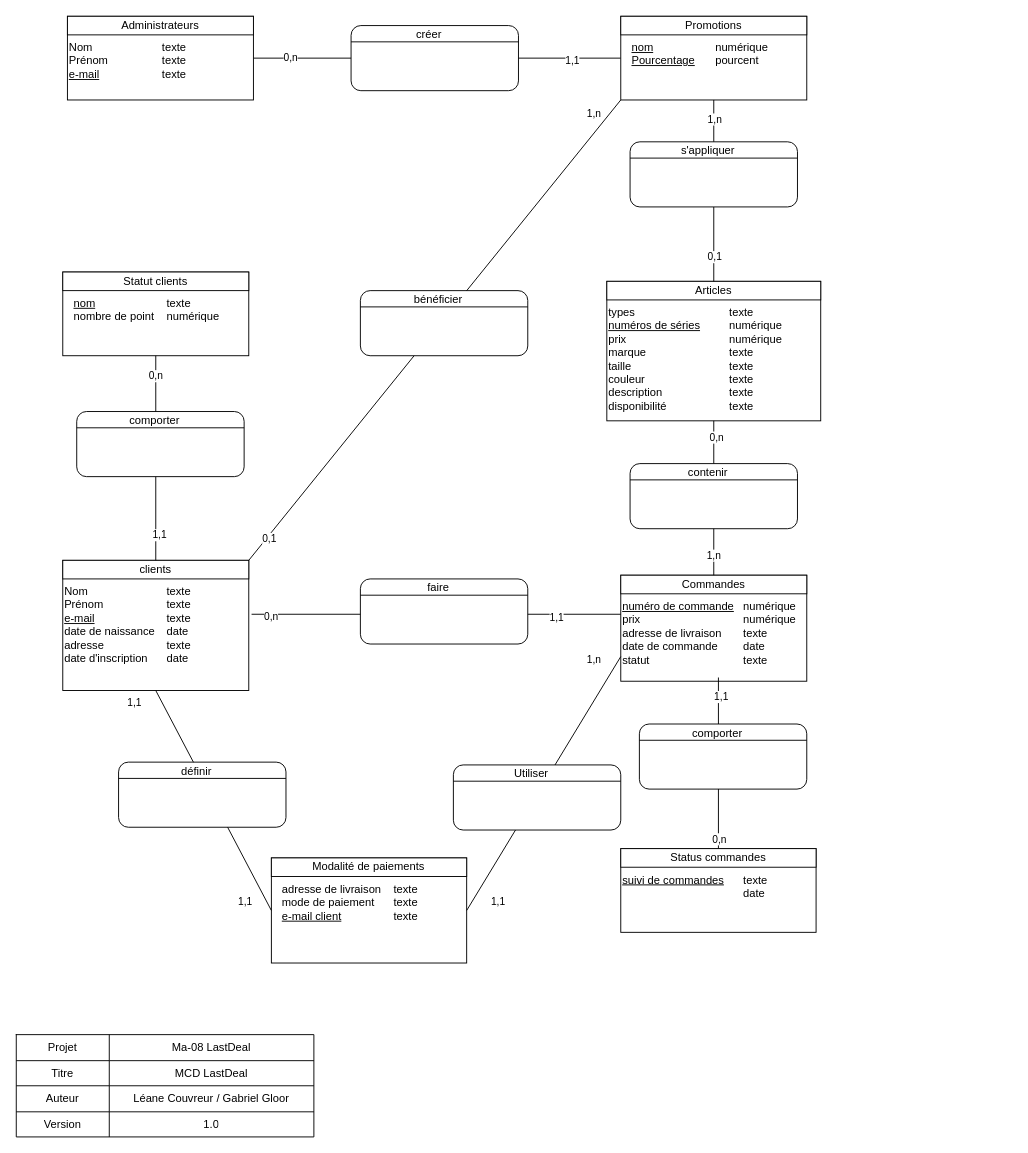
Before: MCD-lastDeal.drawio in LeaneCouvreur/MA-08-Modele_LastBuy, a draw.io diagram. Source tidied: cells renumbered, new cells numbered last; positions are measured from the earlier drawing's top-left corner, leaving out a move shared by most shapes. Both pictures are drawn from the tidied source at 93%, with x=0, y=0 at pixel (16, 16).
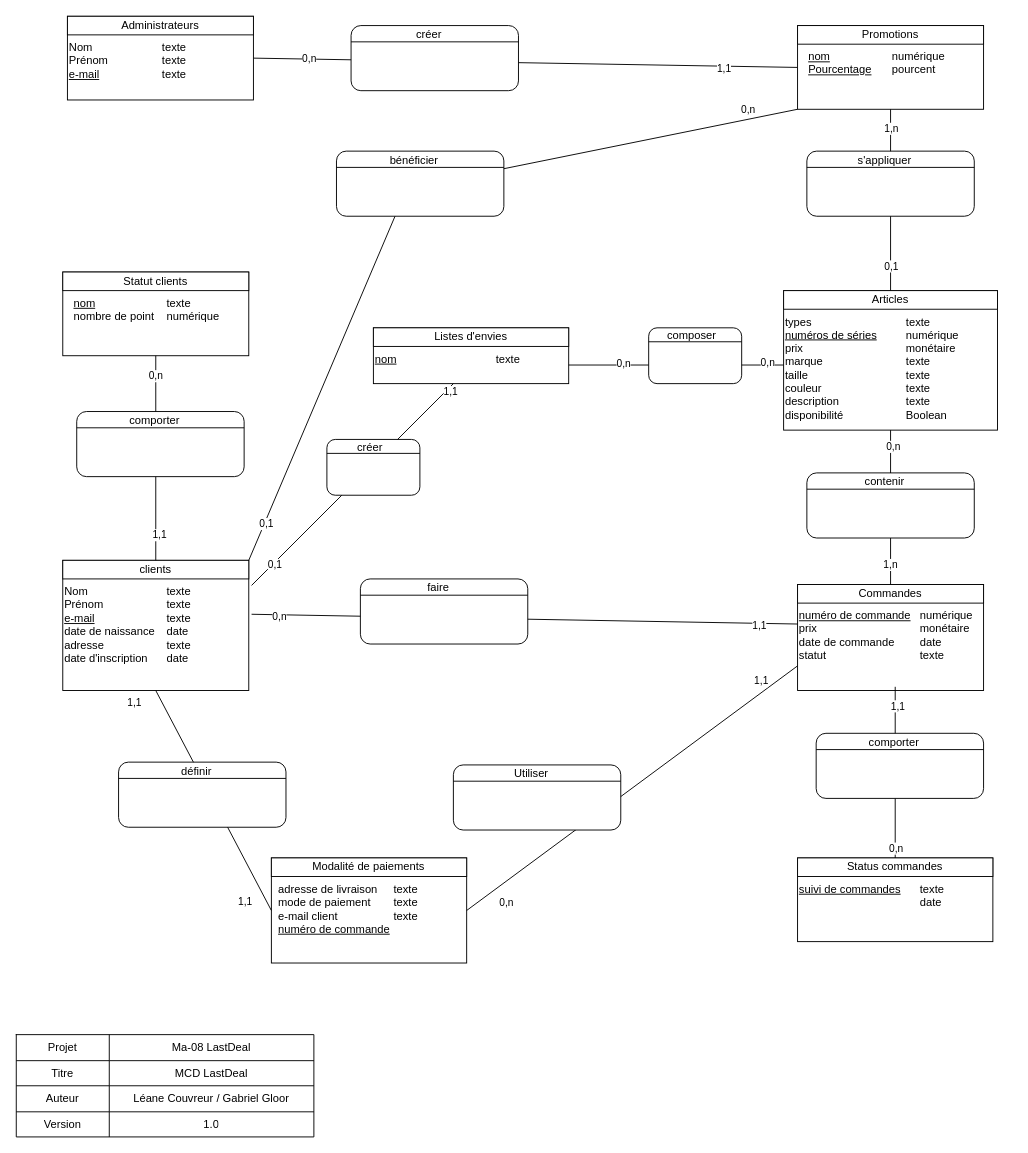
Above is the later version.

Commit message:
mcd version1.0 definitive

The change refers to these unchanged cells:
```xml
<mxCell id="9" value="clients" style="rounded=0;whiteSpace=wrap;html=1;" parent="1" vertex="1">
  <mxGeometry x="50" y="585" width="200" height="20" as="geometry" />
</mxCell>
<mxCell id="13" value="texte&lt;br&gt;texte&lt;br&gt;texte&lt;br&gt;date&lt;br&gt;texte&lt;br&gt;date" style="text;html=1;strokeColor=none;fillColor=none;align=left;verticalAlign=top;whiteSpace=wrap;rounded=0;" parent="1" vertex="1">
  <mxGeometry x="160" y="605" width="91" height="100" as="geometry" />
</mxCell>
<mxCell id="86" style="endArrow=none;html=1;rounded=0;entryX=1;entryY=0.5;entryDx=0;entryDy=0;exitX=0;exitY=0.75;exitDx=0;exitDy=0;" parent="1" edge="1" source="35" target="79">
  <mxGeometry relative="1" as="geometry" />
</mxCell>
```

What changed in the source:
```diff
@@
     <mxCell id="29" value="&lt;div style=&quot;box-sizing: border-box ; width: 100% ; padding: 2px&quot;&gt;&lt;br&gt;&lt;/div&gt;" style="verticalAlign=top;align=center;overflow=fill;html=1;rounded=0;shadow=0;comic=0;labelBackgroundColor=none;strokeColor=#000000;strokeWidth=1;fillColor=#ffffff;fontFamily=Verdana;fontSize=12;fontColor=#000000;" parent="1" vertex="1">
-      <mxGeometry x="635" y="285" width="230" height="150" as="geometry" />
+      <mxGeometry x="825.1" y="295" width="230" height="150" as="geometry" />
     </mxCell>
     <mxCell id="30" value="Articles" style="rounded=0;whiteSpace=wrap;html=1;" parent="1" vertex="1">
-      <mxGeometry x="635" y="285" width="230" height="20" as="geometry" />
+      <mxGeometry x="825.1" y="295" width="230" height="20" as="geometry" />
     </mxCell>
     <mxCell id="31" value="types&lt;br&gt;&lt;u&gt;numéros de séries&lt;br&gt;&lt;/u&gt;prix&lt;br&gt;marque&lt;br&gt;taille&lt;br&gt;couleur&lt;br&gt;description&lt;br&gt;disponibilité" style="text;html=1;strokeColor=none;fillColor=none;align=left;verticalAlign=top;whiteSpace=wrap;rounded=0;" parent="1" vertex="1">
-      <mxGeometry x="635" y="305" width="120" height="120" as="geometry" />
+      <mxGeometry x="825.1" y="315" width="120" height="120" as="geometry" />
     </mxCell>
-    <mxCell id="32" value="texte&lt;br&gt;numérique&lt;br&gt;numérique&lt;br&gt;texte&lt;br&gt;texte&lt;br&gt;texte&lt;br&gt;texte&lt;br&gt;texte" style="text;html=1;strokeColor=none;fillColor=none;align=left;verticalAlign=top;whiteSpace=wrap;rounded=0;" parent="1" vertex="1">
-      <mxGeometry x="765" y="305" width="100" height="120" as="geometry" />
+    <mxCell id="32" value="texte&lt;br&gt;numérique&lt;br&gt;monétaire&lt;br&gt;texte&lt;br&gt;texte&lt;br&gt;texte&lt;br&gt;texte&lt;br&gt;Boolean" style="text;html=1;strokeColor=none;fillColor=none;align=left;verticalAlign=top;whiteSpace=wrap;rounded=0;" parent="1" vertex="1">
+      <mxGeometry x="955.1" y="315" width="100" height="120" as="geometry" />
     </mxCell>
     <mxCell id="33" value="&lt;div style=&quot;box-sizing: border-box ; width: 100% ; padding: 2px&quot;&gt;&lt;br&gt;&lt;/div&gt;" style="verticalAlign=top;align=center;overflow=fill;html=1;rounded=0;shadow=0;comic=0;labelBackgroundColor=none;strokeColor=#000000;strokeWidth=1;fillColor=#ffffff;fontFamily=Verdana;fontSize=12;fontColor=#000000;" parent="1" vertex="1">
-      <mxGeometry x="650" y="601" width="200" height="114" as="geometry" />
+      <mxGeometry x="840.1" y="611" width="200" height="114" as="geometry" />
     </mxCell>
     <mxCell id="34" value="Commandes" style="rounded=0;whiteSpace=wrap;html=1;" parent="1" vertex="1">
-      <mxGeometry x="650" y="601" width="200" height="20" as="geometry" />
+      <mxGeometry x="840.1" y="611" width="200" height="20" as="geometry" />
     </mxCell>
-    <mxCell id="35" value="&lt;u&gt;numéro de commande&lt;/u&gt;&lt;br&gt;prix&lt;br&gt;adresse de livraison&lt;br&gt;date de commande&lt;br&gt;statut" style="text;html=1;strokeColor=none;fillColor=none;align=left;verticalAlign=top;whiteSpace=wrap;rounded=0;" parent="1" vertex="1">
-      <mxGeometry x="650" y="621" width="140" height="90" as="geometry" />
+    <mxCell id="35" value="&lt;u&gt;numéro de commande&lt;/u&gt;&lt;br&gt;prix&lt;br&gt;date de commande&lt;br&gt;statut" style="text;html=1;strokeColor=none;fillColor=none;align=left;verticalAlign=top;whiteSpace=wrap;rounded=0;" parent="1" vertex="1">
+      <mxGeometry x="840.1" y="631" width="140" height="90" as="geometry" />
     </mxCell>
-    <mxCell id="36" value="numérique&lt;br&gt;numérique&lt;br&gt;texte&lt;br&gt;date&lt;br&gt;texte" style="text;html=1;strokeColor=none;fillColor=none;align=left;verticalAlign=top;whiteSpace=wrap;rounded=0;" parent="1" vertex="1">
-      <mxGeometry x="780" y="621" width="100" height="94" as="geometry" />
+    <mxCell id="36" value="numérique&lt;br&gt;monétaire&lt;br&gt;date&lt;br&gt;texte" style="text;html=1;strokeColor=none;fillColor=none;align=left;verticalAlign=top;whiteSpace=wrap;rounded=0;" parent="1" vertex="1">
+      <mxGeometry x="970.1" y="631" width="100" height="94" as="geometry" />
     </mxCell>
     <mxCell id="37" value="&lt;div style=&quot;box-sizing: border-box ; width: 100% ; padding: 2px&quot;&gt;&lt;br&gt;&lt;/div&gt;" style="verticalAlign=top;align=center;overflow=fill;html=1;rounded=0;shadow=0;comic=0;labelBackgroundColor=none;strokeColor=#000000;strokeWidth=1;fillColor=#ffffff;fontFamily=Verdana;fontSize=12;fontColor=#000000;" parent="1" vertex="1">
-      <mxGeometry x="650" y="895" width="210" height="90" as="geometry" />
+      <mxGeometry x="840.1" y="905" width="210" height="90" as="geometry" />
     </mxCell>
     <mxCell id="38" value="Status commandes" style="rounded=0;whiteSpace=wrap;html=1;" parent="1" vertex="1">
-      <mxGeometry x="650" y="895" width="210" height="20" as="geometry" />
+      <mxGeometry x="840.1" y="905" width="210" height="20" as="geometry" />
     </mxCell>
     <mxCell id="39" value="&lt;u&gt;suivi de commandes&lt;br&gt;&lt;/u&gt;" style="text;html=1;strokeColor=none;fillColor=none;align=left;verticalAlign=top;whiteSpace=wrap;rounded=0;" parent="1" vertex="1">
-      <mxGeometry x="650" y="915" width="120" height="60" as="geometry" />
+      <mxGeometry x="840.1" y="925" width="120" height="60" as="geometry" />
     </mxCell>
     <mxCell id="40" value="texte&lt;br&gt;date&amp;nbsp;" style="text;html=1;strokeColor=none;fillColor=none;align=left;verticalAlign=top;whiteSpace=wrap;rounded=0;" parent="1" vertex="1">
-      <mxGeometry x="780" y="915" width="100" height="50" as="geometry" />
+      <mxGeometry x="970.1" y="925" width="100" height="50" as="geometry" />
     </mxCell>
@@
     <mxCell id="45" value="&lt;div style=&quot;box-sizing: border-box ; width: 100% ; padding: 2px&quot;&gt;&lt;br&gt;&lt;/div&gt;" style="verticalAlign=top;align=center;overflow=fill;html=1;rounded=0;shadow=0;comic=0;labelBackgroundColor=none;strokeColor=#000000;strokeWidth=1;fillColor=#ffffff;fontFamily=Verdana;fontSize=12;fontColor=#000000;" parent="1" vertex="1">
-      <mxGeometry x="650" width="200" height="90" as="geometry" />
+      <mxGeometry x="840.1" y="10" width="200" height="90" as="geometry" />
     </mxCell>
     <mxCell id="46" value="Promotions" style="rounded=0;whiteSpace=wrap;html=1;" parent="1" vertex="1">
-      <mxGeometry x="650" width="200" height="20" as="geometry" />
+      <mxGeometry x="840.1" y="10" width="200" height="20" as="geometry" />
     </mxCell>
     <mxCell id="47" value="&lt;u&gt;nom&lt;br&gt;Pourcentage&lt;/u&gt;" style="text;html=1;strokeColor=none;fillColor=none;align=left;verticalAlign=top;whiteSpace=wrap;rounded=0;" parent="1" vertex="1">
-      <mxGeometry x="660" y="20" width="90" height="60" as="geometry" />
+      <mxGeometry x="850.1" y="30" width="90" height="60" as="geometry" />
     </mxCell>
     <mxCell id="48" value="numérique&lt;br&gt;pourcent" style="text;html=1;strokeColor=none;fillColor=none;align=left;verticalAlign=top;whiteSpace=wrap;rounded=0;" parent="1" vertex="1">
-      <mxGeometry x="750" y="20" width="100" height="60" as="geometry" />
+      <mxGeometry x="940.1" y="30" width="100" height="60" as="geometry" />
     </mxCell>
@@
     <mxCell id="52" value="&lt;div style=&quot;box-sizing: border-box ; width: 100% ; padding: 2px&quot;&gt;&lt;br&gt;&lt;/div&gt;" style="verticalAlign=top;align=center;overflow=fill;html=1;rounded=1;shadow=0;comic=0;labelBackgroundColor=none;strokeColor=#000000;strokeWidth=1;fillColor=#ffffff;fontFamily=Verdana;fontSize=12;fontColor=#000000;" parent="1" vertex="1">
-      <mxGeometry x="660" y="135" width="180" height="70" as="geometry" />
+      <mxGeometry x="850.1" y="145" width="180" height="70" as="geometry" />
     </mxCell>
@@
     <mxCell id="54" value="s'appliquer" style="text;html=1;strokeColor=none;fillColor=none;align=center;verticalAlign=middle;whiteSpace=wrap;rounded=0;" parent="1" vertex="1">
-      <mxGeometry x="684" y="135" width="120" height="20" as="geometry" />
+      <mxGeometry x="874.1" y="145" width="120" height="20" as="geometry" />
     </mxCell>
@@
     <mxCell id="58" value="&lt;div style=&quot;box-sizing: border-box ; width: 100% ; padding: 2px&quot;&gt;&lt;br&gt;&lt;/div&gt;" style="verticalAlign=top;align=center;overflow=fill;html=1;rounded=1;shadow=0;comic=0;labelBackgroundColor=none;strokeColor=#000000;strokeWidth=1;fillColor=#ffffff;fontFamily=Verdana;fontSize=12;fontColor=#000000;" parent="1" vertex="1">
-      <mxGeometry x="660" y="481" width="180" height="70" as="geometry" />
+      <mxGeometry x="850.1" y="491" width="180" height="70" as="geometry" />
     </mxCell>
@@
     <mxCell id="60" value="contenir" style="text;html=1;strokeColor=none;fillColor=none;align=center;verticalAlign=middle;whiteSpace=wrap;rounded=0;" parent="1" vertex="1">
-      <mxGeometry x="684" y="481" width="120" height="20" as="geometry" />
+      <mxGeometry x="874.1" y="491" width="120" height="20" as="geometry" />
     </mxCell>
-    <mxCell id="61" style="endArrow=none;html=1;rounded=0;entryX=1.022;entryY=0.38;entryDx=0;entryDy=0;entryPerimeter=0;" parent="1" edge="1" target="13">
-      <mxGeometry relative="1" as="geometry">
-        <mxPoint x="650" y="643" as="sourcePoint" />
-      </mxGeometry>
+    <mxCell id="61" style="endArrow=none;html=1;rounded=0;entryX=1.022;entryY=0.38;entryDx=0;entryDy=0;entryPerimeter=0;exitX=0;exitY=0.25;exitDx=0;exitDy=0;" parent="1" edge="1" source="35" target="13">
+      <mxGeometry relative="1" as="geometry" />
     </mxCell>
@@
     <mxCell id="63" value="1,1" style="edgeLabel;html=1;align=center;verticalAlign=middle;" parent="61" vertex="1">
       <mxGeometry x="-0.9" y="3" relative="1" as="geometry">
-        <mxPoint x="-50" as="offset" />
+        <mxPoint x="-13" y="-1" as="offset" />
       </mxGeometry>
     </mxCell>
@@
     <mxCell id="76" value="&lt;div style=&quot;box-sizing: border-box ; width: 100% ; padding: 2px&quot;&gt;&lt;br&gt;&lt;/div&gt;" style="verticalAlign=top;align=center;overflow=fill;html=1;rounded=1;shadow=0;comic=0;labelBackgroundColor=none;strokeColor=#000000;strokeWidth=1;fillColor=#ffffff;fontFamily=Verdana;fontSize=12;fontColor=#000000;" parent="1" vertex="1">
-      <mxGeometry x="670" y="761" width="180" height="70" as="geometry" />
+      <mxGeometry x="860.1" y="771" width="180" height="70" as="geometry" />
     </mxCell>
@@
     <mxCell id="78" value="comporter" style="text;html=1;strokeColor=none;fillColor=none;align=center;verticalAlign=middle;whiteSpace=wrap;rounded=0;" parent="1" vertex="1">
-      <mxGeometry x="694" y="761" width="120" height="20" as="geometry" />
+      <mxGeometry x="884.1" y="771" width="120" height="20" as="geometry" />
     </mxCell>
@@
-    <mxCell id="81" value="adresse de livraison&lt;br&gt;mode de paiement&lt;br&gt;&lt;u&gt;e-mail client&lt;/u&gt;" style="text;html=1;strokeColor=none;fillColor=none;align=left;verticalAlign=top;whiteSpace=wrap;rounded=0;" parent="1" vertex="1">
-      <mxGeometry x="284.3" y="925" width="120" height="60" as="geometry" />
+    <mxCell id="81" value="adresse de livraison&lt;br&gt;mode de paiement&lt;br&gt;e-mail client&lt;br&gt;&lt;u&gt;numéro de commande&lt;/u&gt;" style="text;html=1;strokeColor=none;fillColor=none;align=left;verticalAlign=top;whiteSpace=wrap;rounded=0;" parent="1" vertex="1">
+      <mxGeometry x="280" y="925" width="130" height="90" as="geometry" />
     </mxCell>
@@
-    <mxCell id="87" value="1,1" style="edgeLabel;html=1;align=center;verticalAlign=middle;" parent="86" vertex="1">
+    <mxCell id="87" value="0,n" style="edgeLabel;html=1;align=center;verticalAlign=middle;" parent="86" vertex="1">
       <mxGeometry x="0.9" y="2" relative="1" as="geometry">
         <mxPoint x="23" y="3" as="offset" />
       </mxGeometry>
     </mxCell>
-    <mxCell id="88" value="1,n" style="edgeLabel;html=1;align=center;verticalAlign=middle;" parent="86" vertex="1">
+    <mxCell id="88" value="1,1" style="edgeLabel;html=1;align=center;verticalAlign=middle;" parent="86" vertex="1">
       <mxGeometry x="-0.9" y="3" relative="1" as="geometry">
-        <mxPoint x="-24" y="-12" as="offset" />
+        <mxPoint x="-24" y="1" as="offset" />
       </mxGeometry>
     </mxCell>
     <mxCell id="89" style="endArrow=none;html=1;rounded=0;entryX=1;entryY=0;entryDx=0;entryDy=0;exitX=0;exitY=1;exitDx=0;exitDy=0;" parent="1" edge="1" source="45" target="9">
-      <mxGeometry relative="1" as="geometry" />
+      <mxGeometry relative="1" as="geometry">
+        <Array as="points">
+          <mxPoint x="420" y="185" />
+        </Array>
+      </mxGeometry>
     </mxCell>
@@
-    <mxCell id="91" value="1,n" style="edgeLabel;html=1;align=center;verticalAlign=middle;" parent="89" vertex="1">
+    <mxCell id="91" value="0,n" style="edgeLabel;html=1;align=center;verticalAlign=middle;" parent="89" vertex="1">
       <mxGeometry x="-0.9" y="3" relative="1" as="geometry">
         <mxPoint x="-12" y="-12" as="offset" />
       </mxGeometry>
     </mxCell>
-    <mxCell id="92" value="&lt;div style=&quot;box-sizing: border-box ; width: 100% ; padding: 2px&quot;&gt;&lt;br&gt;&lt;/div&gt;" style="verticalAlign=top;align=center;overflow=fill;html=1;rounded=1;shadow=0;comic=0;labelBackgroundColor=none;strokeColor=#000000;strokeWidth=1;fillColor=#ffffff;fontFamily=Verdana;fontSize=12;fontColor=#000000;" parent="1" vertex="1">
-      <mxGeometry x="370" y="295" width="180" height="70" as="geometry" />
-    </mxCell>
-    <mxCell id="93" style="endArrow=none;html=1;entryX=1;entryY=0.25;entryDx=0;entryDy=0;exitX=0;exitY=0.25;exitDx=0;exitDy=0;" parent="1" edge="1" source="92" target="92">
-      <mxGeometry relative="1" as="geometry" />
-    </mxCell>
-    <mxCell id="94" value="bénéficier" style="text;html=1;strokeColor=none;fillColor=none;align=center;verticalAlign=middle;whiteSpace=wrap;rounded=0;" parent="1" vertex="1">
-      <mxGeometry x="394" y="295" width="120" height="20" as="geometry" />
-    </mxCell>
@@
+    <mxCell id="101" style="group;" parent="1" vertex="1">
+      <mxGeometry x="344.3" y="145" width="180" height="70" as="geometry" />
+    </mxCell>
+    <mxCell id="92" value="&lt;div style=&quot;box-sizing: border-box ; width: 100% ; padding: 2px&quot;&gt;&lt;br&gt;&lt;/div&gt;" style="verticalAlign=top;align=center;overflow=fill;html=1;rounded=1;shadow=0;comic=0;labelBackgroundColor=none;strokeColor=#000000;strokeWidth=1;fillColor=#ffffff;fontFamily=Verdana;fontSize=12;fontColor=#000000;" parent="101" vertex="1">
+      <mxGeometry width="180" height="70" as="geometry" />
+    </mxCell>
+    <mxCell id="93" style="endArrow=none;html=1;entryX=1;entryY=0.25;entryDx=0;entryDy=0;exitX=0;exitY=0.25;exitDx=0;exitDy=0;" parent="101" edge="1" source="92" target="92">
+      <mxGeometry relative="1" as="geometry" />
+    </mxCell>
+    <mxCell id="94" value="bénéficier" style="text;html=1;strokeColor=none;fillColor=none;align=center;verticalAlign=middle;whiteSpace=wrap;rounded=0;" parent="101" vertex="1">
+      <mxGeometry x="24" width="120" height="20" as="geometry" />
+    </mxCell>
+    <mxCell id="102" style="endArrow=none;html=1;rounded=0;entryX=1.022;entryY=0.07;entryDx=0;entryDy=0;entryPerimeter=0;" parent="1" edge="1" source="31" target="13">
+      <mxGeometry relative="1" as="geometry">
+        <Array as="points">
+          <mxPoint x="490" y="375" />
+        </Array>
+      </mxGeometry>
+    </mxCell>
+    <mxCell id="103" value="0,1" style="edgeLabel;html=1;align=center;verticalAlign=middle;" parent="102" vertex="1">
+      <mxGeometry x="0.9" y="2" relative="1" as="geometry" />
+    </mxCell>
+    <mxCell id="104" value="0,n" style="edgeLabel;html=1;align=center;verticalAlign=middle;" parent="102" vertex="1">
+      <mxGeometry x="-0.9" y="3" relative="1" as="geometry">
+        <mxPoint x="16" y="-6" as="offset" />
+      </mxGeometry>
+    </mxCell>
+    <mxCell id="105" value="1,1" style="edgeLabel;html=1;align=center;verticalAlign=middle;" parent="102" vertex="1">
+      <mxGeometry x="0.11" y="3" relative="1" as="geometry" />
+    </mxCell>
+    <mxCell id="106" value="0,n" style="edgeLabel;html=1;align=center;verticalAlign=middle;" parent="102" vertex="1">
+      <mxGeometry x="-0.46" y="-2" relative="1" as="geometry">
+        <mxPoint x="8" as="offset" />
+      </mxGeometry>
+    </mxCell>
+    <mxCell id="107" value="&lt;div style=&quot;box-sizing: border-box ; width: 100% ; padding: 2px&quot;&gt;&lt;br&gt;&lt;/div&gt;" style="verticalAlign=top;align=center;overflow=fill;html=1;rounded=0;shadow=0;comic=0;labelBackgroundColor=none;strokeColor=#000000;strokeWidth=1;fillColor=#ffffff;fontFamily=Verdana;fontSize=12;fontColor=#000000;" parent="1" vertex="1">
+      <mxGeometry x="384" y="335" width="210" height="60" as="geometry" />
+    </mxCell>
+    <mxCell id="108" value="Listes d'envies" style="rounded=0;whiteSpace=wrap;html=1;" parent="1" vertex="1">
+      <mxGeometry x="384" y="335" width="210" height="20" as="geometry" />
+    </mxCell>
+    <mxCell id="109" value="&lt;u&gt;nom&lt;br&gt;&lt;/u&gt;" style="text;html=1;strokeColor=none;fillColor=none;align=left;verticalAlign=top;whiteSpace=wrap;rounded=0;" parent="1" vertex="1">
+      <mxGeometry x="384" y="355" width="120" height="30" as="geometry" />
+    </mxCell>
+    <mxCell id="110" value="texte&lt;br&gt;" style="text;html=1;strokeColor=none;fillColor=none;align=left;verticalAlign=top;whiteSpace=wrap;rounded=0;" parent="1" vertex="1">
+      <mxGeometry x="514" y="355" width="66" height="30" as="geometry" />
+    </mxCell>
+    <mxCell id="111" style="group;" parent="1" vertex="1">
+      <mxGeometry x="334" y="455" width="100" height="60" as="geometry" />
+    </mxCell>
+    <mxCell id="112" value="&lt;div style=&quot;box-sizing: border-box ; width: 100% ; padding: 2px&quot;&gt;&lt;br&gt;&lt;/div&gt;" style="verticalAlign=top;align=center;overflow=fill;html=1;rounded=1;shadow=0;comic=0;labelBackgroundColor=none;strokeColor=#000000;strokeWidth=1;fillColor=#ffffff;fontFamily=Verdana;fontSize=12;fontColor=#000000;" parent="111" vertex="1">
+      <mxGeometry width="100" height="60" as="geometry" />
+    </mxCell>
+    <mxCell id="113" style="endArrow=none;html=1;entryX=1;entryY=0.25;entryDx=0;entryDy=0;exitX=0;exitY=0.25;exitDx=0;exitDy=0;" parent="111" edge="1" source="112" target="112">
+      <mxGeometry relative="1" as="geometry" />
+    </mxCell>
+    <mxCell id="114" value="créer" style="text;html=1;strokeColor=none;fillColor=none;align=center;verticalAlign=middle;whiteSpace=wrap;rounded=0;" parent="111" vertex="1">
+      <mxGeometry x="13.3" width="66.7" height="17.1" as="geometry" />
+    </mxCell>
+    <mxCell id="115" style="group;" parent="1" vertex="1">
+      <mxGeometry x="680" y="335" width="100" height="60" as="geometry" />
+    </mxCell>
+    <mxCell id="116" value="&lt;div style=&quot;box-sizing: border-box ; width: 100% ; padding: 2px&quot;&gt;&lt;br&gt;&lt;/div&gt;" style="verticalAlign=top;align=center;overflow=fill;html=1;rounded=1;shadow=0;comic=0;labelBackgroundColor=none;strokeColor=#000000;strokeWidth=1;fillColor=#ffffff;fontFamily=Verdana;fontSize=12;fontColor=#000000;" parent="115" vertex="1">
+      <mxGeometry width="100" height="60" as="geometry" />
+    </mxCell>
+    <mxCell id="117" style="endArrow=none;html=1;entryX=1;entryY=0.25;entryDx=0;entryDy=0;exitX=0;exitY=0.25;exitDx=0;exitDy=0;" parent="115" edge="1" source="116" target="116">
+      <mxGeometry relative="1" as="geometry" />
+    </mxCell>
+    <mxCell id="118" value="composer" style="text;html=1;strokeColor=none;fillColor=none;align=center;verticalAlign=middle;whiteSpace=wrap;rounded=0;" parent="115" vertex="1">
+      <mxGeometry x="13.3" width="66.7" height="17.1" as="geometry" />
+    </mxCell>
```
